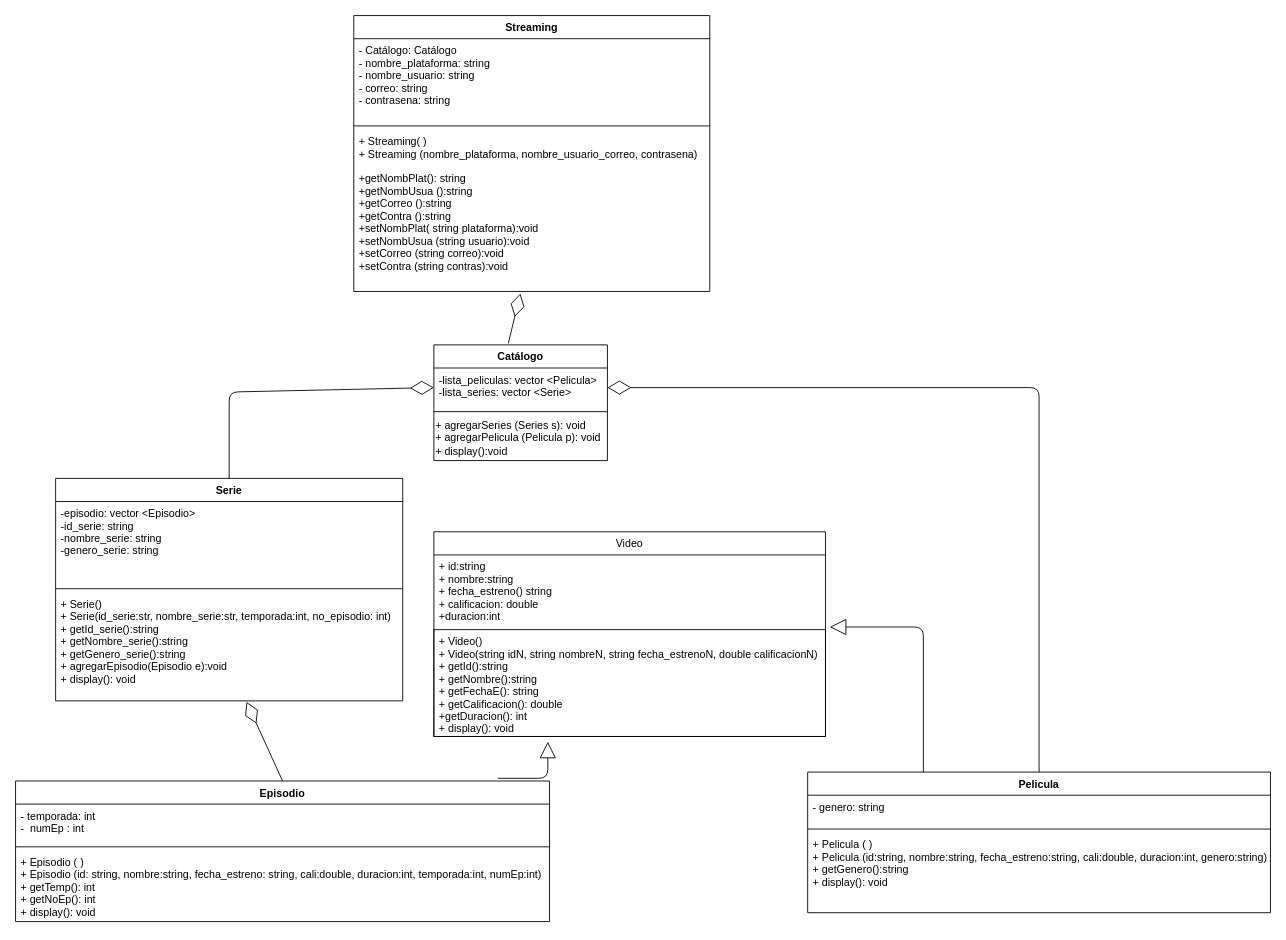
Before: streamingHerencia.drawio in FJ22-TC1030/proyectointegrador-A01748800, a draw.io diagram. Source tidied: cells renumbered, new cells numbered last; positions are measured from the earlier drawing's top-left corner, leaving out a move shared by most shapes. Both pictures are drawn from the tidied source at 89%, with x=0, y=0 at pixel (15, 15).
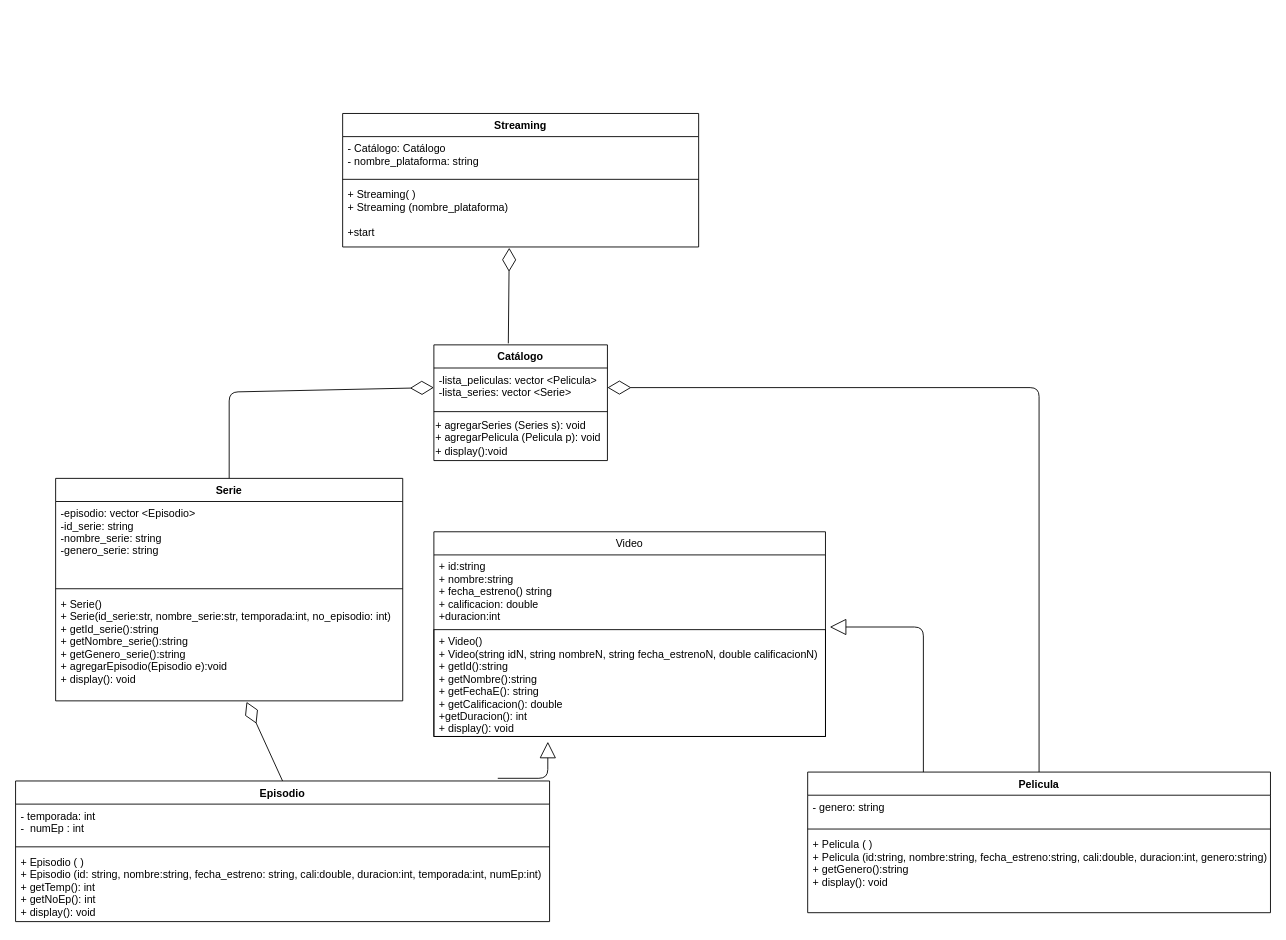
The same page after the edit.

The edit, as a diff of the source:
```diff
@@
     <mxCell id="2" value="Streaming" style="swimlane;fontStyle=1;align=center;verticalAlign=top;horizontal=1;startSize=26;" parent="1" vertex="1">
-      <mxGeometry x="380" width="400" height="310" as="geometry" />
+      <mxGeometry x="367.5" y="110" width="400" height="150" as="geometry" />
     </mxCell>
-    <mxCell id="3" value="- Catálogo: Catálogo&#10;- nombre_plataforma: string&#10;- nombre_usuario: string&#10;- correo: string&#10;- contrasena: string " style="text;strokeColor=none;fillColor=none;align=left;verticalAlign=top;spacingLeft=4;spacingRight=4;overflow=hidden;" parent="2" vertex="1">
-      <mxGeometry y="26" width="400" height="94" as="geometry" />
+    <mxCell id="3" value="- Catálogo: Catálogo&#10;- nombre_plataforma: string" style="text;strokeColor=none;fillColor=none;align=left;verticalAlign=top;spacingLeft=4;spacingRight=4;overflow=hidden;" parent="2" vertex="1">
+      <mxGeometry y="26" width="400" height="44" as="geometry" />
     </mxCell>
     <mxCell id="4" style="line;strokeWidth=1;fillColor=none;align=left;verticalAlign=middle;spacingTop=-1;spacingLeft=3;spacingRight=3;labelPosition=right;" parent="2" vertex="1">
-      <mxGeometry y="120" width="400" height="8" as="geometry" />
+      <mxGeometry y="70" width="400" height="8" as="geometry" />
     </mxCell>
-    <mxCell id="5" value="+ Streaming( )&#10;+ Streaming (nombre_plataforma, nombre_usuario_correo, contrasena)&#10;&#10;+getNombPlat(): string&#10;+getNombUsua ():string&#10;+getCorreo ():string&#10;+getContra ():string&#10;+setNombPlat( string plataforma):void&#10;+setNombUsua (string usuario):void&#10;+setCorreo (string correo):void&#10;+setContra (string contras):void" style="text;strokeColor=none;fillColor=none;align=left;verticalAlign=top;spacingLeft=4;spacingRight=4;overflow=hidden;points=[[0,0.5],[1,0.5]];portConstraint=eastwest;" parent="2" vertex="1">
-      <mxGeometry y="128" width="400" height="182" as="geometry" />
+    <mxCell id="5" value="+ Streaming( )&#10;+ Streaming (nombre_plataforma)&#10;&#10;+start" style="text;strokeColor=none;fillColor=none;align=left;verticalAlign=top;spacingLeft=4;spacingRight=4;overflow=hidden;points=[[0,0.5],[1,0.5]];portConstraint=eastwest;" parent="2" vertex="1">
+      <mxGeometry y="78" width="400" height="72" as="geometry" />
     </mxCell>
```
